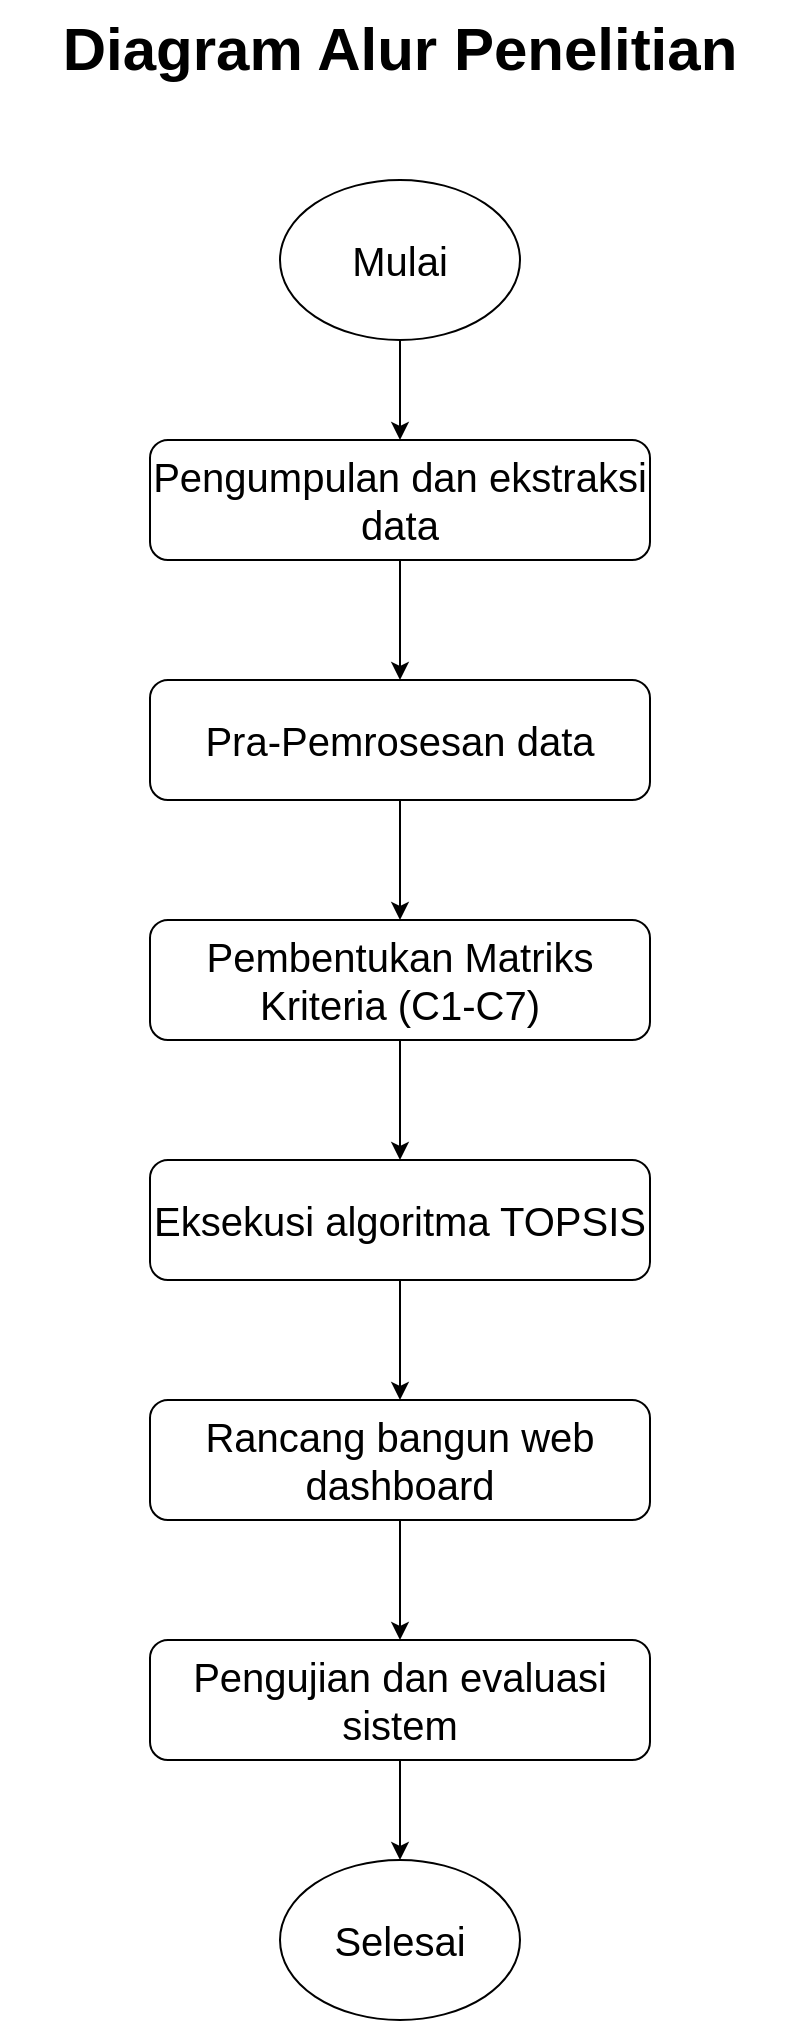
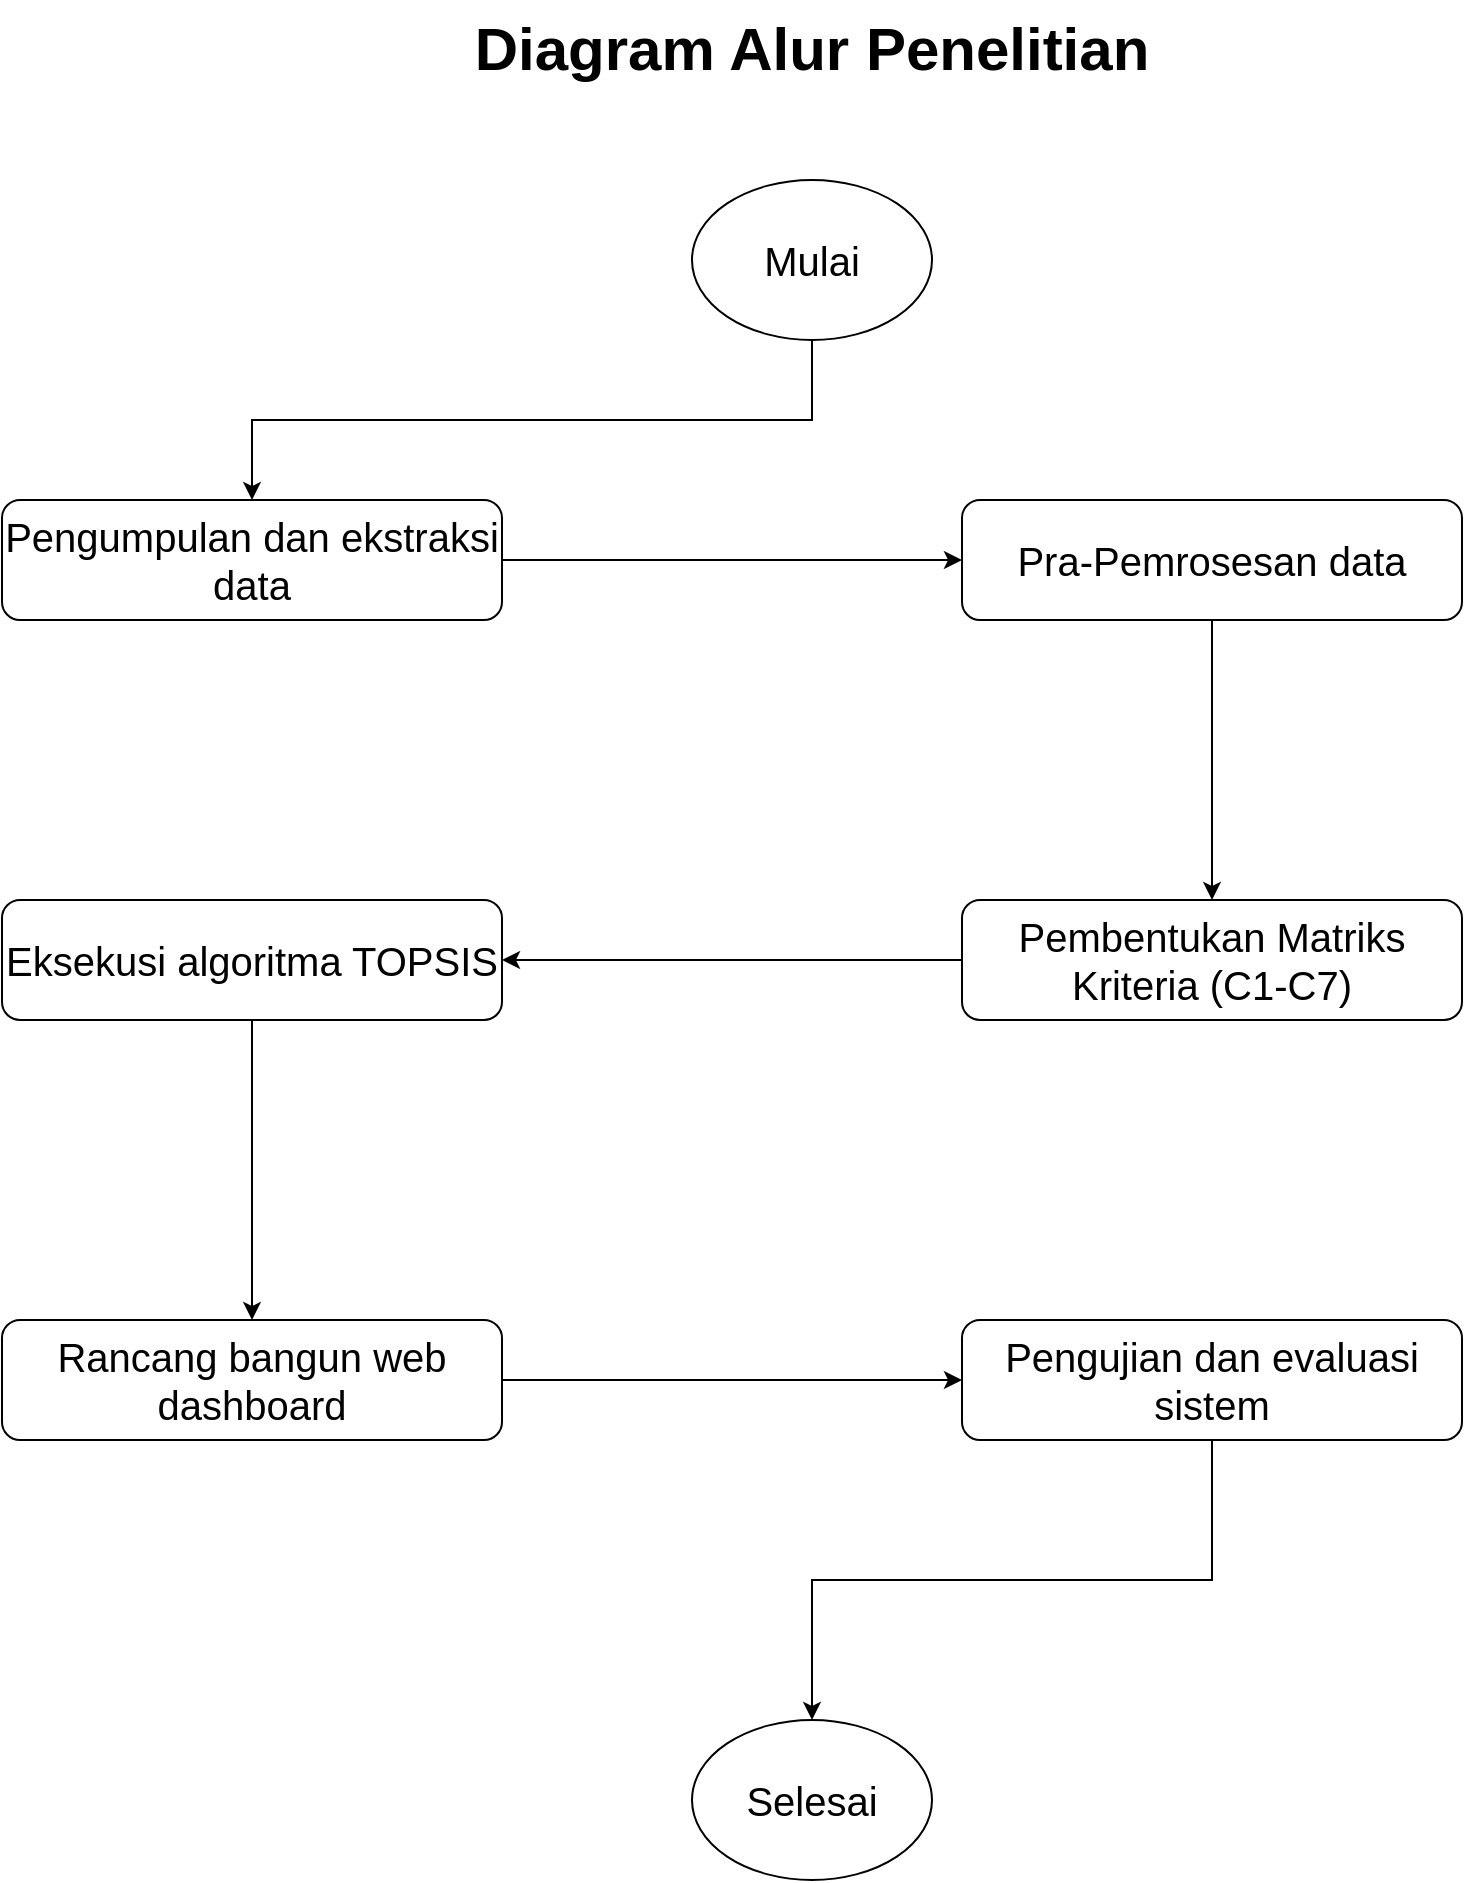
<mxfile host="app.diagrams.net" pages="2">
  <diagram name="Diagram Alur Penelitian" id="TE06lA0d33KYpKhLhKJN">
-     <mxGraphModel dx="2044" dy="1222" grid="1" gridSize="10" guides="1" tooltips="1" connect="1" arrows="1" fold="1" page="1" pageScale="1" pageWidth="850" pageHeight="1100" math="0" shadow="0">
+     <mxGraphModel dx="1703" dy="1018" grid="1" gridSize="10" guides="1" tooltips="1" connect="1" arrows="1" fold="1" page="1" pageScale="1" pageWidth="850" pageHeight="1100" math="0" shadow="0">
      <root>
        <mxCell id="0" />
        <mxCell id="1" parent="0" />
        <mxCell id="gShZ3swXbfRotfR9V9gS-1" parent="1" style="text;html=1;whiteSpace=wrap;overflow=hidden;rounded=0;align=center;" value="&lt;h1 style=&quot;margin-top: 0px;&quot;&gt;&lt;font style=&quot;font-size: 30px;&quot;&gt;Diagram Alur Penelitian&lt;/font&gt;&lt;/h1&gt;" vertex="1">
          <mxGeometry height="40" width="400" x="225" y="40" as="geometry" />
        </mxCell>
-         <mxCell id="gShZ3swXbfRotfR9V9gS-10" edge="1" parent="1" source="gShZ3swXbfRotfR9V9gS-2" style="edgeStyle=orthogonalEdgeStyle;rounded=0;orthogonalLoop=1;jettySize=auto;html=1;" target="gShZ3swXbfRotfR9V9gS-3">
+         <mxCell id="gShZ3swXbfRotfR9V9gS-10" edge="1" parent="1" source="gShZ3swXbfRotfR9V9gS-2" style="edgeStyle=orthogonalEdgeStyle;rounded=0;orthogonalLoop=1;jettySize=auto;html=1;exitX=0.5;exitY=1;exitDx=0;exitDy=0;" target="gShZ3swXbfRotfR9V9gS-3">
          <mxGeometry relative="1" as="geometry" />
        </mxCell>
        <mxCell id="gShZ3swXbfRotfR9V9gS-2" parent="1" style="ellipse;whiteSpace=wrap;html=1;" value="&lt;font style=&quot;font-size: 20px;&quot;&gt;Mulai&lt;/font&gt;" vertex="1">
          <mxGeometry height="80" width="120" x="365" y="130" as="geometry" />
        </mxCell>
        <mxCell id="gShZ3swXbfRotfR9V9gS-11" edge="1" parent="1" source="gShZ3swXbfRotfR9V9gS-3" style="edgeStyle=orthogonalEdgeStyle;rounded=0;orthogonalLoop=1;jettySize=auto;html=1;" target="gShZ3swXbfRotfR9V9gS-4">
          <mxGeometry relative="1" as="geometry" />
        </mxCell>
        <mxCell id="gShZ3swXbfRotfR9V9gS-3" parent="1" style="rounded=1;whiteSpace=wrap;html=1;" value="&lt;font style=&quot;font-size: 20px;&quot;&gt;Pengumpulan dan ekstraksi data&lt;/font&gt;" vertex="1">
-           <mxGeometry height="60" width="250" x="300" y="260" as="geometry" />
+           <mxGeometry height="60" width="250" x="20" y="290" as="geometry" />
        </mxCell>
        <mxCell id="gShZ3swXbfRotfR9V9gS-12" edge="1" parent="1" source="gShZ3swXbfRotfR9V9gS-4" style="edgeStyle=orthogonalEdgeStyle;rounded=0;orthogonalLoop=1;jettySize=auto;html=1;" target="gShZ3swXbfRotfR9V9gS-5">
          <mxGeometry relative="1" as="geometry" />
        </mxCell>
        <mxCell id="gShZ3swXbfRotfR9V9gS-4" parent="1" style="rounded=1;whiteSpace=wrap;html=1;" value="&lt;font style=&quot;font-size: 20px;&quot;&gt;Pra-Pemrosesan data&lt;/font&gt;" vertex="1">
-           <mxGeometry height="60" width="250" x="300" y="380" as="geometry" />
+           <mxGeometry height="60" width="250" x="500" y="290" as="geometry" />
        </mxCell>
        <mxCell id="gShZ3swXbfRotfR9V9gS-13" edge="1" parent="1" source="gShZ3swXbfRotfR9V9gS-5" style="edgeStyle=orthogonalEdgeStyle;rounded=0;orthogonalLoop=1;jettySize=auto;html=1;" target="gShZ3swXbfRotfR9V9gS-6">
          <mxGeometry relative="1" as="geometry" />
        </mxCell>
        <mxCell id="gShZ3swXbfRotfR9V9gS-5" parent="1" style="rounded=1;whiteSpace=wrap;html=1;" value="&lt;font style=&quot;font-size: 20px;&quot;&gt;Pembentukan Matriks Kriteria&amp;nbsp;&lt;/font&gt;&lt;span style=&quot;font-size: 20px; background-color: transparent; color: light-dark(rgb(0, 0, 0), rgb(255, 255, 255));&quot;&gt;(C1-C7)&lt;/span&gt;" vertex="1">
-           <mxGeometry height="60" width="250" x="300" y="500" as="geometry" />
+           <mxGeometry height="60" width="250" x="500" y="490" as="geometry" />
        </mxCell>
        <mxCell id="gShZ3swXbfRotfR9V9gS-14" edge="1" parent="1" source="gShZ3swXbfRotfR9V9gS-6" style="edgeStyle=orthogonalEdgeStyle;rounded=0;orthogonalLoop=1;jettySize=auto;html=1;" target="gShZ3swXbfRotfR9V9gS-7">
          <mxGeometry relative="1" as="geometry" />
        </mxCell>
        <mxCell id="gShZ3swXbfRotfR9V9gS-6" parent="1" style="rounded=1;whiteSpace=wrap;html=1;" value="&lt;font style=&quot;font-size: 20px;&quot;&gt;Eksekusi algoritma TOPSIS&lt;/font&gt;" vertex="1">
-           <mxGeometry height="60" width="250" x="300" y="620" as="geometry" />
+           <mxGeometry height="60" width="250" x="20" y="490" as="geometry" />
        </mxCell>
        <mxCell id="gShZ3swXbfRotfR9V9gS-15" edge="1" parent="1" source="gShZ3swXbfRotfR9V9gS-7" style="edgeStyle=orthogonalEdgeStyle;rounded=0;orthogonalLoop=1;jettySize=auto;html=1;" target="gShZ3swXbfRotfR9V9gS-8">
          <mxGeometry relative="1" as="geometry" />
        </mxCell>
        <mxCell id="gShZ3swXbfRotfR9V9gS-7" parent="1" style="rounded=1;whiteSpace=wrap;html=1;" value="&lt;font style=&quot;font-size: 20px;&quot;&gt;Rancang bangun web dashboard&lt;/font&gt;" vertex="1">
-           <mxGeometry height="60" width="250" x="300" y="740" as="geometry" />
+           <mxGeometry height="60" width="250" x="20" y="700" as="geometry" />
        </mxCell>
-         <mxCell id="gShZ3swXbfRotfR9V9gS-16" edge="1" parent="1" source="gShZ3swXbfRotfR9V9gS-8" style="edgeStyle=orthogonalEdgeStyle;rounded=0;orthogonalLoop=1;jettySize=auto;html=1;" target="gShZ3swXbfRotfR9V9gS-9">
+         <mxCell id="gShZ3swXbfRotfR9V9gS-16" edge="1" parent="1" source="gShZ3swXbfRotfR9V9gS-8" style="edgeStyle=orthogonalEdgeStyle;rounded=0;orthogonalLoop=1;jettySize=auto;html=1;exitX=0.5;exitY=1;exitDx=0;exitDy=0;" target="gShZ3swXbfRotfR9V9gS-9">
          <mxGeometry relative="1" as="geometry" />
        </mxCell>
        <mxCell id="gShZ3swXbfRotfR9V9gS-8" parent="1" style="rounded=1;whiteSpace=wrap;html=1;" value="&lt;font style=&quot;font-size: 20px;&quot;&gt;Pengujian dan evaluasi sistem&lt;/font&gt;" vertex="1">
-           <mxGeometry height="60" width="250" x="300" y="860" as="geometry" />
+           <mxGeometry height="60" width="250" x="500" y="700" as="geometry" />
        </mxCell>
        <mxCell id="gShZ3swXbfRotfR9V9gS-9" parent="1" style="ellipse;whiteSpace=wrap;html=1;" value="&lt;font style=&quot;font-size: 20px;&quot;&gt;Selesai&lt;/font&gt;" vertex="1">
-           <mxGeometry height="80" width="120" x="365" y="970" as="geometry" />
+           <mxGeometry height="80" width="120" x="365" y="900" as="geometry" />
        </mxCell>
      </root>
    </mxGraphModel>
  </diagram>
  <diagram id="UJA_9ToMak1UGashYhzg" name="Diagram TOPSIS">
    <mxGraphModel dx="1202" dy="719" grid="1" gridSize="10" guides="1" tooltips="1" connect="1" arrows="1" fold="1" page="1" pageScale="1" pageWidth="850" pageHeight="1100" math="0" shadow="0">
      <root>
        <mxCell id="0" />
        <mxCell id="1" parent="0" />
        <mxCell id="ssGiv1lOknX88lkR8zT8-1" parent="1" style="text;html=1;whiteSpace=wrap;overflow=hidden;rounded=0;align=center;" value="&lt;h1 style=&quot;margin-top: 0px;&quot;&gt;&lt;font style=&quot;font-size: 30px;&quot;&gt;Tahapan Algoritma TOPSIS&lt;/font&gt;&lt;/h1&gt;" vertex="1">
          <mxGeometry height="40" width="400" x="225" y="50" as="geometry" />
        </mxCell>
        <mxCell id="ssGiv1lOknX88lkR8zT8-4" edge="1" parent="1" source="ssGiv1lOknX88lkR8zT8-5" style="edgeStyle=orthogonalEdgeStyle;rounded=0;orthogonalLoop=1;jettySize=auto;html=1;" target="ssGiv1lOknX88lkR8zT8-7">
          <mxGeometry relative="1" as="geometry" />
        </mxCell>
        <mxCell id="ssGiv1lOknX88lkR8zT8-5" parent="1" style="rounded=1;whiteSpace=wrap;html=1;" value="&lt;font style=&quot;font-size: 20px;&quot;&gt;1. Membangun Matriks Keputusan (X)&lt;/font&gt;" vertex="1">
          <mxGeometry height="60" width="250" x="300" y="155" as="geometry" />
        </mxCell>
        <mxCell id="ssGiv1lOknX88lkR8zT8-6" edge="1" parent="1" source="ssGiv1lOknX88lkR8zT8-7" style="edgeStyle=orthogonalEdgeStyle;rounded=0;orthogonalLoop=1;jettySize=auto;html=1;" target="ssGiv1lOknX88lkR8zT8-9">
          <mxGeometry relative="1" as="geometry" />
        </mxCell>
        <mxCell id="ssGiv1lOknX88lkR8zT8-7" parent="1" style="rounded=1;whiteSpace=wrap;html=1;" value="&lt;span style=&quot;font-size: 20px;&quot;&gt;2. Normalisasi Matriks (R)&lt;/span&gt;" vertex="1">
          <mxGeometry height="60" width="250" x="300" y="275" as="geometry" />
        </mxCell>
        <mxCell id="ssGiv1lOknX88lkR8zT8-8" edge="1" parent="1" source="ssGiv1lOknX88lkR8zT8-9" style="edgeStyle=orthogonalEdgeStyle;rounded=0;orthogonalLoop=1;jettySize=auto;html=1;" target="ssGiv1lOknX88lkR8zT8-11">
          <mxGeometry relative="1" as="geometry" />
        </mxCell>
        <mxCell id="ssGiv1lOknX88lkR8zT8-9" parent="1" style="rounded=1;whiteSpace=wrap;html=1;" value="&lt;span style=&quot;font-size: 20px;&quot;&gt;3. Matriks Ternormalisasi terbobot (V)&lt;/span&gt;" vertex="1">
          <mxGeometry height="60" width="250" x="300" y="395" as="geometry" />
        </mxCell>
        <mxCell id="ssGiv1lOknX88lkR8zT8-10" edge="1" parent="1" source="ssGiv1lOknX88lkR8zT8-11" style="edgeStyle=orthogonalEdgeStyle;rounded=0;orthogonalLoop=1;jettySize=auto;html=1;" target="ssGiv1lOknX88lkR8zT8-13">
          <mxGeometry relative="1" as="geometry" />
        </mxCell>
        <mxCell id="ssGiv1lOknX88lkR8zT8-11" parent="1" style="rounded=1;whiteSpace=wrap;html=1;" value="&lt;font style=&quot;font-size: 20px;&quot;&gt;4. Solusi ideal positif (A+) dan negatif (A-)&lt;/font&gt;" vertex="1">
          <mxGeometry height="60" width="250" x="300" y="515" as="geometry" />
        </mxCell>
        <mxCell id="ssGiv1lOknX88lkR8zT8-12" edge="1" parent="1" source="ssGiv1lOknX88lkR8zT8-13" style="edgeStyle=orthogonalEdgeStyle;rounded=0;orthogonalLoop=1;jettySize=auto;html=1;" target="ssGiv1lOknX88lkR8zT8-15">
          <mxGeometry relative="1" as="geometry" />
        </mxCell>
        <mxCell id="ssGiv1lOknX88lkR8zT8-13" parent="1" style="rounded=1;whiteSpace=wrap;html=1;" value="&lt;font style=&quot;font-size: 20px;&quot;&gt;5. Jarak Euclidean (Di- dan Di+)&lt;/font&gt;" vertex="1">
          <mxGeometry height="60" width="250" x="300" y="635" as="geometry" />
        </mxCell>
        <mxCell id="ssGiv1lOknX88lkR8zT8-14" edge="1" parent="1" source="ssGiv1lOknX88lkR8zT8-15" style="edgeStyle=orthogonalEdgeStyle;rounded=0;orthogonalLoop=1;jettySize=auto;html=1;">
          <mxGeometry relative="1" as="geometry">
            <mxPoint x="425" y="864.9999999999998" as="targetPoint" />
          </mxGeometry>
        </mxCell>
        <mxCell id="ssGiv1lOknX88lkR8zT8-15" parent="1" style="rounded=1;whiteSpace=wrap;html=1;" value="&lt;font style=&quot;font-size: 20px;&quot;&gt;6. Nilai Preferensi Relatif (Vi)&lt;/font&gt;" vertex="1">
          <mxGeometry height="60" width="250" x="300" y="755" as="geometry" />
        </mxCell>
        <mxCell id="ssGiv1lOknX88lkR8zT8-17" parent="1" style="rounded=1;whiteSpace=wrap;html=1;" value="&lt;font style=&quot;font-size: 20px;&quot;&gt;Peringkat Alternatif Pemain&lt;/font&gt;" vertex="1">
          <mxGeometry height="60" width="243" x="303" y="870" as="geometry" />
        </mxCell>
      </root>
    </mxGraphModel>
  </diagram>
</mxfile>
